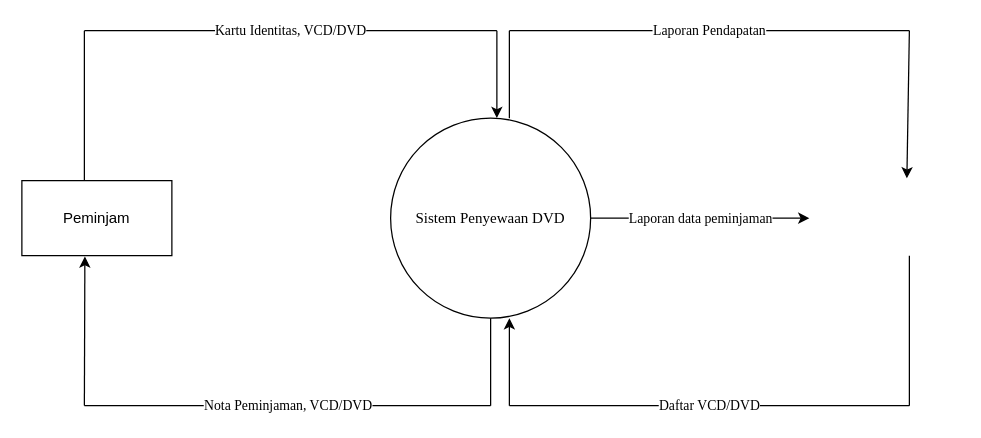
Before: RPL/TUGAS 2 DFD RPL/cd.drawio.xml in bintangfajarr/diagram, a draw.io diagram. Source tidied: cells renumbered, new cells numbered last; positions are measured from the earlier drawing's top-left corner, leaving out a move shared by most shapes. Both pictures are drawn from the tidied source at 125%, with x=0, y=0 at pixel (21, 30).
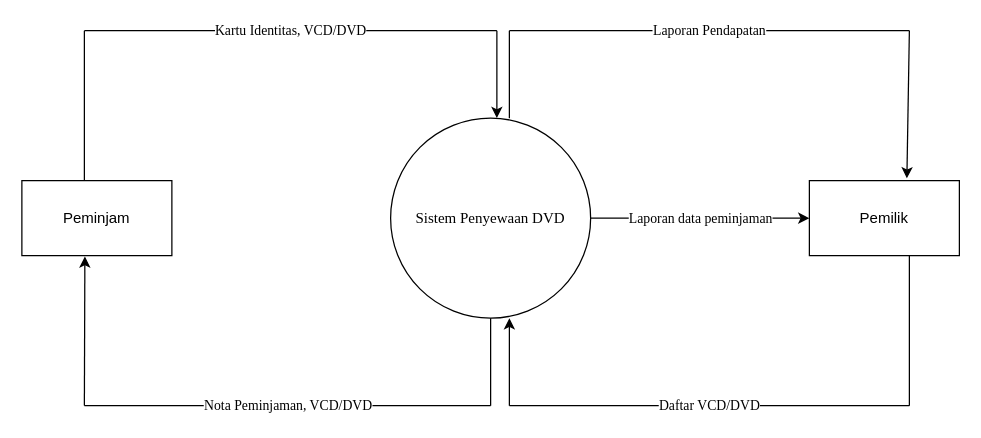
The same page after the edit.

What changed in the source:
```diff
@@
+    <mxCell id="17" value="Pemilik" style="rounded=0;whiteSpace=wrap;html=1;" parent="1" vertex="1">
+      <mxGeometry x="630" y="120" width="120" height="60" as="geometry" />
+    </mxCell>
```
